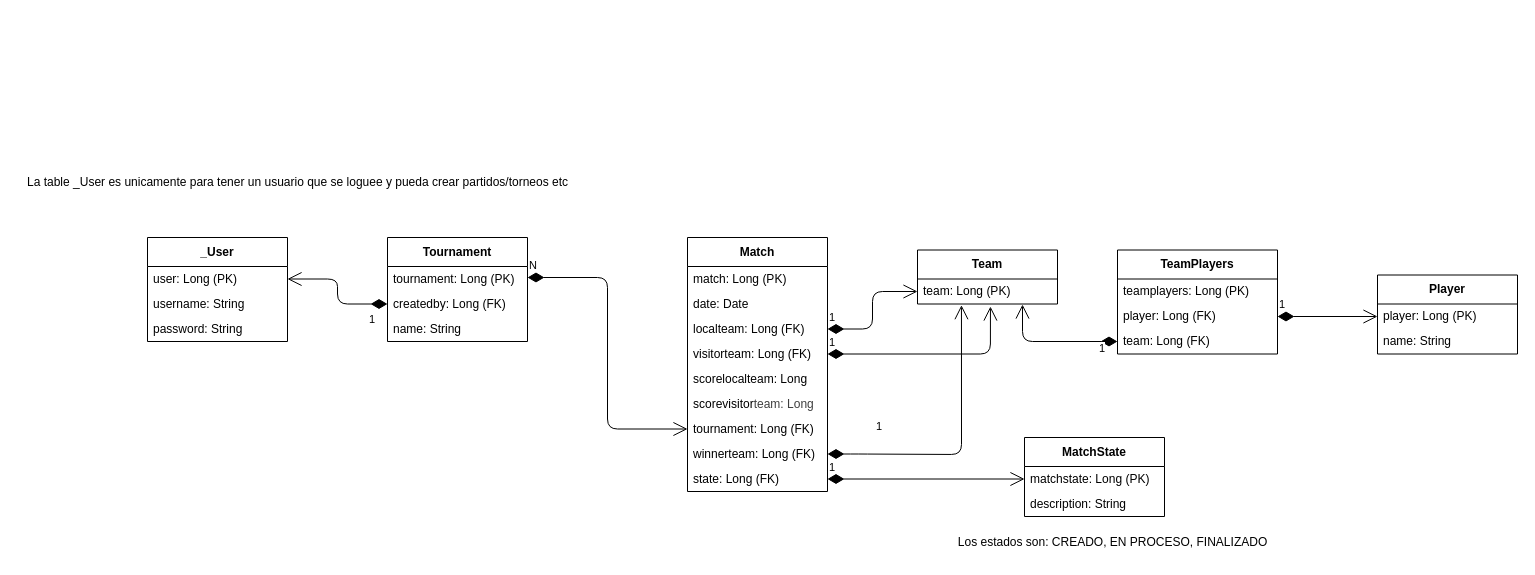
This is docs/classes.drawio from tomastoniut/truco-app-backend, a draw.io file, before an edit. Source tidied: cells renumbered, new cells numbered last; positions are measured from the earlier drawing's top-left corner, leaving out a move shared by most shapes. Both pictures are drawn from the tidied source at 100%, with x=0, y=0 at pixel (17, 167).
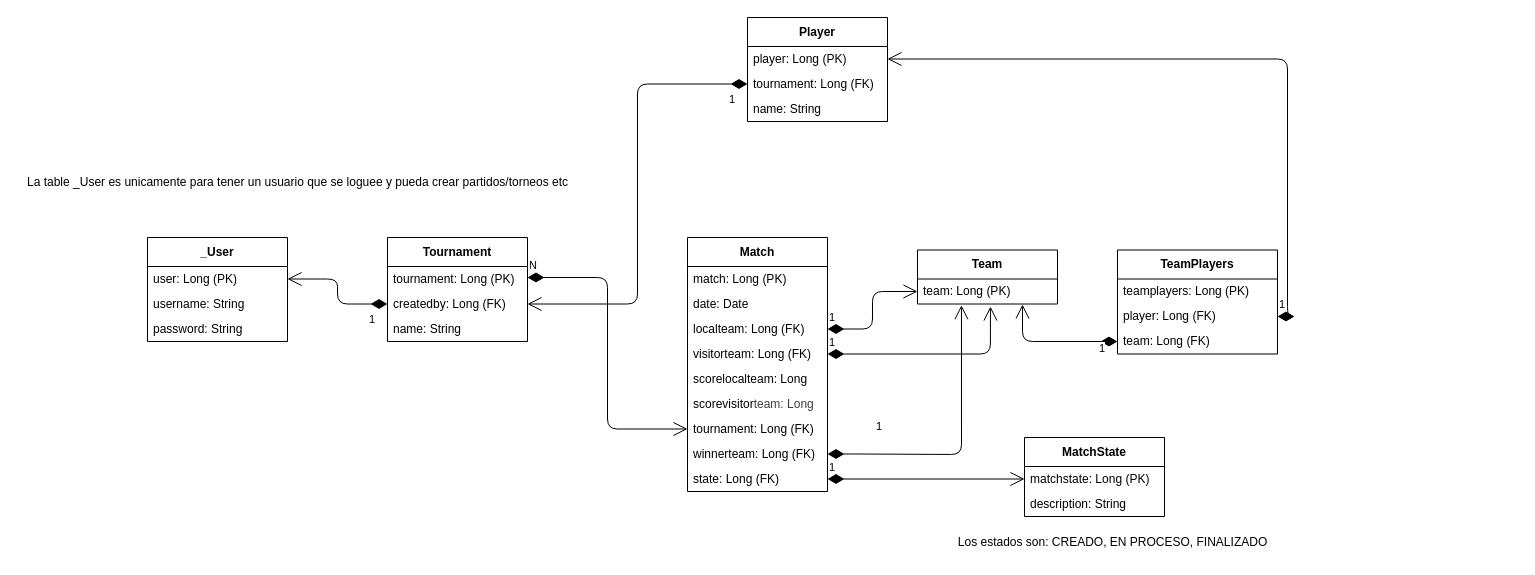
The same diagram, later.

Unchanged cells that the change refers to:
```xml
<mxCell id="3" value="player: Long (PK)" style="text;html=1;strokeColor=none;fillColor=none;align=left;verticalAlign=middle;spacingLeft=4;spacingRight=4;overflow=hidden;points=[[0,0.5],[1,0.5]];portConstraint=eastwest;whiteSpace=wrap;" parent="2" vertex="1">
  <mxGeometry y="29" width="140" height="25" as="geometry" />
</mxCell>
<mxCell id="8" value="createdby: Long (FK)" style="text;html=1;strokeColor=none;fillColor=none;align=left;verticalAlign=middle;spacingLeft=4;spacingRight=4;overflow=hidden;points=[[0,0.5],[1,0.5]];portConstraint=eastwest;whiteSpace=wrap;" parent="5" vertex="1">
  <mxGeometry y="54" width="140" height="25" as="geometry" />
</mxCell>
<mxCell id="24" value="player: Long (FK)" style="text;html=1;strokeColor=none;fillColor=none;align=left;verticalAlign=middle;spacingLeft=4;spacingRight=4;overflow=hidden;points=[[0,0.5],[1,0.5]];portConstraint=eastwest;whiteSpace=wrap;" parent="22" vertex="1">
  <mxGeometry y="54" width="160" height="25" as="geometry" />
</mxCell>
```

The edit, as a diff of the source:
```diff
@@
     <mxCell id="2" value="Player" style="swimlane;fontStyle=1;align=center;verticalAlign=middle;horizontal=1;startSize=29;html=1;whiteSpace=wrap;" parent="1" vertex="1">
-      <mxGeometry x="1360" y="107.5" width="140" height="79" as="geometry" />
+      <mxGeometry x="730" y="-150" width="140" height="104" as="geometry" />
     </mxCell>
@@
-    <mxCell id="4" value="name: String" style="text;html=1;strokeColor=none;fillColor=none;align=left;verticalAlign=middle;spacingLeft=4;spacingRight=4;overflow=hidden;points=[[0,0.5],[1,0.5]];portConstraint=eastwest;whiteSpace=wrap;" parent="2" vertex="1">
+    <mxCell id="4" value="tournament: Long (FK)" style="text;html=1;strokeColor=none;fillColor=none;align=left;verticalAlign=middle;spacingLeft=4;spacingRight=4;overflow=hidden;points=[[0,0.5],[1,0.5]];portConstraint=eastwest;whiteSpace=wrap;" parent="2" vertex="1">
       <mxGeometry y="54" width="140" height="25" as="geometry" />
     </mxCell>
+    <mxCell id="42" value="name: String" style="text;html=1;strokeColor=none;fillColor=none;align=left;verticalAlign=middle;spacingLeft=4;spacingRight=4;overflow=hidden;whiteSpace=wrap;" parent="2" vertex="1">
+      <mxGeometry y="79" width="140" height="25" as="geometry" />
+    </mxCell>
@@
-    <mxCell id="34" value="1" style="endArrow=open;html=1;endSize=12;startArrow=diamondThin;startSize=14;startFill=1;edgeStyle=orthogonalEdgeStyle;align=left;verticalAlign=bottom;exitX=1;exitY=0.5;exitDx=0;exitDy=0;entryX=0;entryY=0.5;entryDx=0;entryDy=0;" parent="1" edge="1" source="24" target="3">
-      <mxGeometry x="-1" y="3" relative="1" as="geometry" />
+    <mxCell id="34" value="1" style="endArrow=open;html=1;endSize=12;startArrow=diamondThin;startSize=14;startFill=1;edgeStyle=orthogonalEdgeStyle;align=left;verticalAlign=bottom;exitX=1;exitY=0.5;exitDx=0;exitDy=0;entryX=1;entryY=0.5;entryDx=0;entryDy=0;" parent="1" edge="1" source="24" target="3">
+      <mxGeometry x="-1" y="3" relative="1" as="geometry">
+        <Array as="points">
+          <mxPoint x="1270" y="149" />
+          <mxPoint x="1270" y="-108" />
+        </Array>
+      </mxGeometry>
     </mxCell>
@@
+    <mxCell id="43" value="1" style="endArrow=open;html=1;endSize=12;startArrow=diamondThin;startSize=14;startFill=1;edgeStyle=orthogonalEdgeStyle;align=left;verticalAlign=bottom;entryX=1;entryY=0.5;entryDx=0;entryDy=0;exitX=0;exitY=0.5;exitDx=0;exitDy=0;" parent="1" edge="1" source="4" target="8">
+      <mxGeometry x="-0.91" y="24" relative="1" as="geometry" />
+    </mxCell>
```
